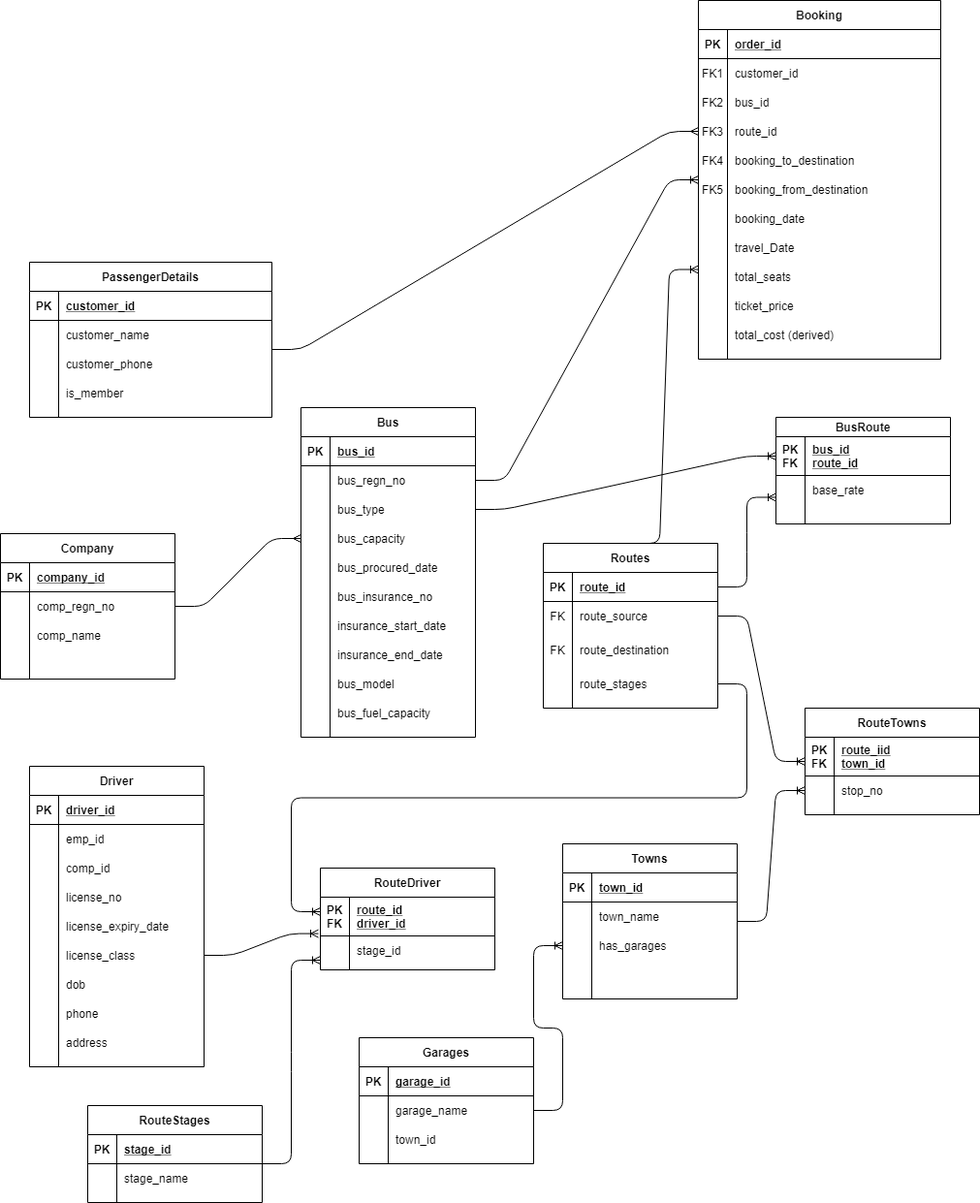
This is Untitled Diagram.png from hastyhoop/portfolio, a draw.io export, as it was before one commit. Source tidied: cells renumbered, new cells last; positions are measured from the earlier drawing's top-left corner, leaving out a move shared by most shapes.
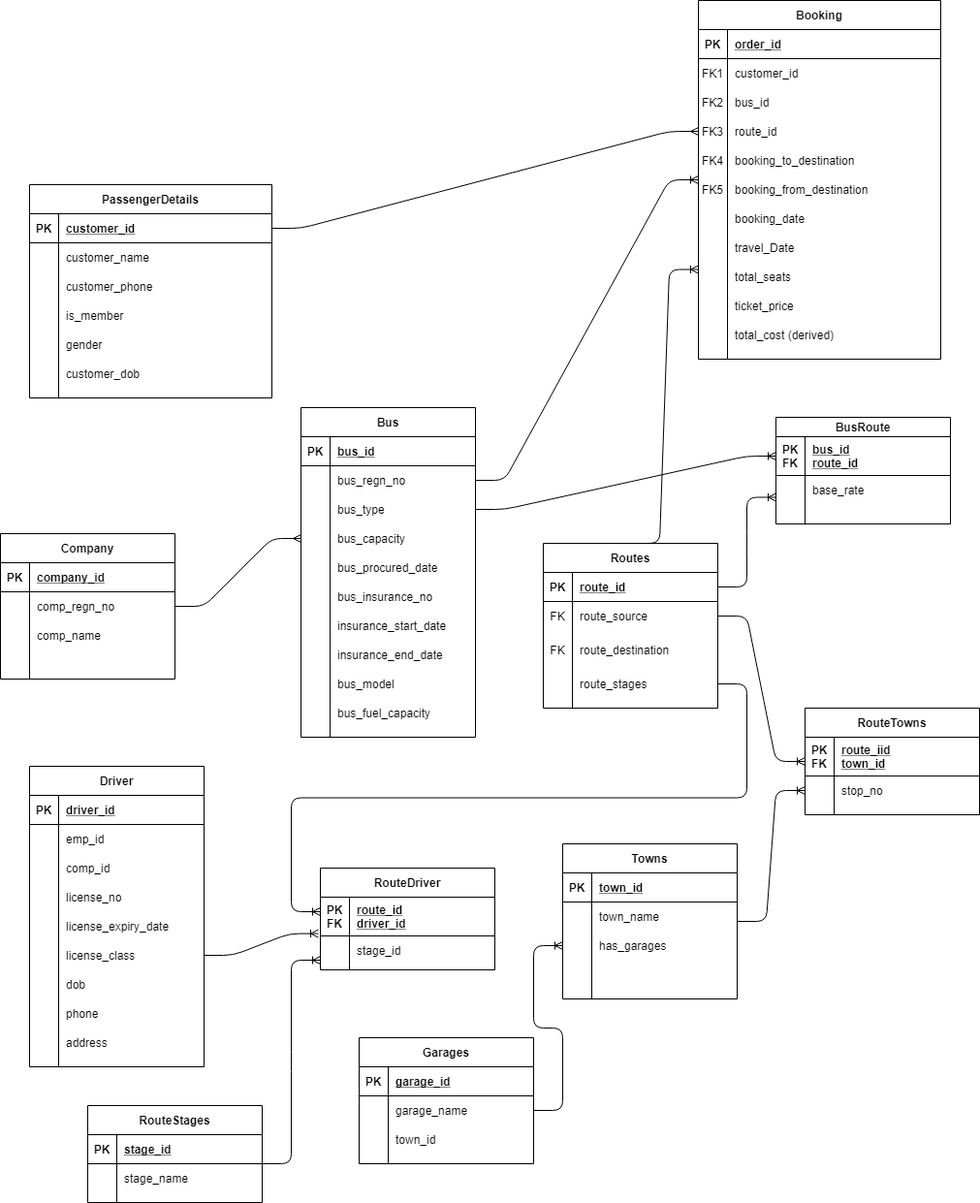
After the change.

Diff of the diagram source:
```diff
@@ -105,7 +105,7 @@
       <mxGeometry x="30" width="220" height="30" as="geometry" />
     </mxCell>
     <mxCell id="36" value="PassengerDetails" style="shape=table;startSize=30;rowLines=0;fontStyle=1;align=center;" parent="1" vertex="1">
-      <mxGeometry x="30" y="270" width="250" height="160" as="geometry" />
+      <mxGeometry x="30" y="190" width="250" height="220" as="geometry" />
     </mxCell>
     <mxCell id="37" style="shape=partialRectangle;fillColor=none;points=[[0,0.5],[1,0.5]];portConstraint=eastwest;top=0;left=0;right=0;bottom=1;" parent="36" vertex="1">
       <mxGeometry y="30" width="250" height="30" as="geometry" />
@@ -143,6 +143,24 @@
     <mxCell id="48" value="is_member" style="shape=partialRectangle;overflow=hidden;fillColor=none;top=0;left=0;bottom=0;right=0;align=left;spacingLeft=6;" parent="46" vertex="1">
       <mxGeometry x="30" width="220" height="30" as="geometry" />
     </mxCell>
+    <mxCell id="197" style="shape=partialRectangle;fillColor=none;top=0;left=0;right=0;bottom=0;" parent="36" vertex="1">
+      <mxGeometry y="150" width="250" height="30" as="geometry" />
+    </mxCell>
+    <mxCell id="198" style="shape=partialRectangle;overflow=hidden;fillColor=none;top=0;left=0;bottom=0;right=0;" parent="197" vertex="1">
+      <mxGeometry width="30" height="30" as="geometry" />
+    </mxCell>
+    <mxCell id="199" value="gender" style="shape=partialRectangle;overflow=hidden;fillColor=none;top=0;left=0;bottom=0;right=0;align=left;spacingLeft=6;" parent="197" vertex="1">
+      <mxGeometry x="30" width="220" height="30" as="geometry" />
+    </mxCell>
+    <mxCell id="200" style="shape=partialRectangle;fillColor=none;top=0;left=0;right=0;bottom=0;" parent="36" vertex="1">
+      <mxGeometry y="180" width="250" height="30" as="geometry" />
+    </mxCell>
+    <mxCell id="201" style="shape=partialRectangle;overflow=hidden;fillColor=none;top=0;left=0;bottom=0;right=0;" parent="200" vertex="1">
+      <mxGeometry width="30" height="30" as="geometry" />
+    </mxCell>
+    <mxCell id="202" value="customer_dob" style="shape=partialRectangle;overflow=hidden;fillColor=none;top=0;left=0;bottom=0;right=0;align=left;spacingLeft=6;" parent="200" vertex="1">
+      <mxGeometry x="30" width="220" height="30" as="geometry" />
+    </mxCell>
     <mxCell id="49" value="Bus" style="shape=table;startSize=30;rowLines=0;fontStyle=1;align=center;" parent="1" vertex="1">
       <mxGeometry x="310" y="420" width="180" height="340" as="geometry" />
     </mxCell>
@@ -551,10 +569,8 @@
     <mxCell id="184" value="stop_no" style="shape=partialRectangle;fillColor=none;top=0;left=0;bottom=0;right=0;align=left;spacingLeft=6;overflow=hidden;" parent="182" vertex="1">
       <mxGeometry x="30" width="150" height="30" as="geometry" />
     </mxCell>
-    <mxCell id="185" style="edgeStyle=entityRelationEdgeStyle;fontSize=12;html=1;endArrow=ERmany;entryX=0;entryY=0.5;entryDx=0;entryDy=0;" parent="1" edge="1" target="12">
-      <mxGeometry relative="1" as="geometry">
-        <mxPoint x="280" y="360" as="sourcePoint" />
-      </mxGeometry>
+    <mxCell id="185" style="edgeStyle=entityRelationEdgeStyle;fontSize=12;html=1;endArrow=ERmany;entryX=0;entryY=0.5;entryDx=0;entryDy=0;exitX=1;exitY=0.5;exitDx=0;exitDy=0;" parent="1" edge="1" source="37" target="12">
+      <mxGeometry relative="1" as="geometry" />
     </mxCell>
     <mxCell id="186" style="edgeStyle=entityRelationEdgeStyle;fontSize=12;html=1;endArrow=ERmany;exitX=1;exitY=0.5;exitDx=0;exitDy=0;entryX=0;entryY=0.5;entryDx=0;entryDy=0;" parent="1" edge="1" source="97" target="59">
       <mxGeometry relative="1" as="geometry" />
```
